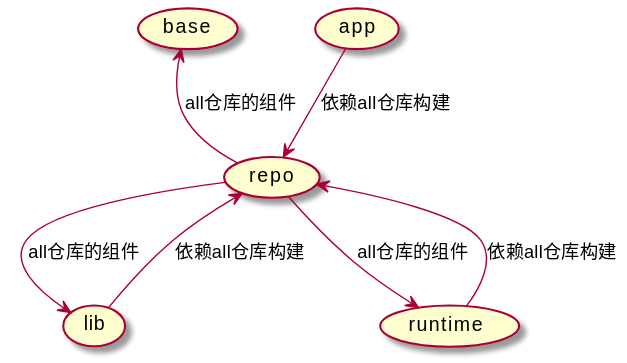
Earlier version of the PlantUML export repo.svg (linglongdev/repo). The source it was exported from:
```plantuml
@startuml
(repo)
(app)
(lib)
(runtime)
(base)

lib --> repo: 依赖all仓库构建
app --> repo: 依赖all仓库构建
runtime --> repo: 依赖all仓库构建
repo --> lib: all仓库的组件
repo --> runtime: all仓库的组件
repo -u-> base: all仓库的组件

@enduml
```
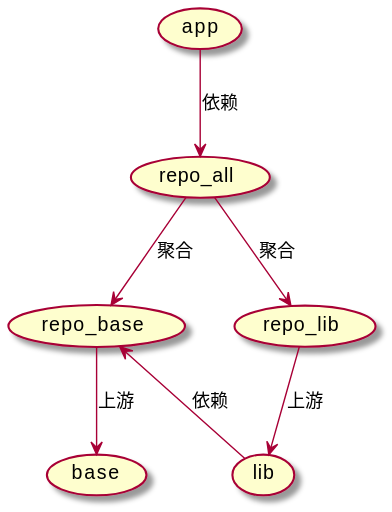
The same file after the commit.

The edit, as a diff of the source:
```diff
@@ -1,15 +1,16 @@
 @startuml
-(repo)
 (app)
 (lib)
-(runtime)
 (base)
+(repo_base)
+(repo_lib)
+(repo_all)
 
-lib --> repo: 依赖all仓库构建
-app --> repo: 依赖all仓库构建
-runtime --> repo: 依赖all仓库构建
-repo --> lib: all仓库的组件
-repo --> runtime: all仓库的组件
-repo -u-> base: all仓库的组件
+repo_base --> base: 上游
+repo_lib --> lib: 上游
+repo_all --> repo_base: 聚合
+repo_all --> repo_lib: 聚合
+lib -u-> repo_base: 依赖
+app --> repo_all: 依赖
 
 @enduml
```
